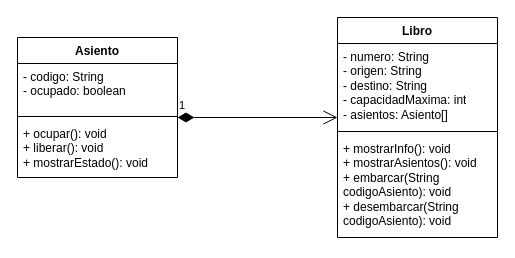
The draw.io diagram page "Página-1" (1 of 2) of src/main/java/edu/universidad/programacionintermedia/poo/composicion/composicion.drawio in jader-ruiz/Universidad, before the edit. Source tidied: cells renumbered, new cells numbered last; positions are measured from the earlier drawing's top-left corner, leaving out a move shared by most shapes. Both pictures are drawn from the tidied source at 100%, with x=0, y=0 at pixel (17, 17).
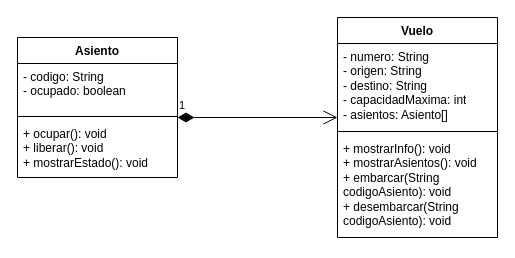
The same page after the edit.

Diff of the diagram source:
```diff
@@
 <mxGraphModel>
   <root>
     <mxCell id="0" />
     <mxCell id="1" parent="0" />
     <mxCell id="2" value="Asiento" style="swimlane;fontStyle=1;align=center;verticalAlign=top;horizontal=1;startSize=26;whiteSpace=wrap;html=1;" parent="1" vertex="1">
       <mxGeometry y="20" width="160" height="140" as="geometry" />
     </mxCell>
     <mxCell id="3" value="- codigo: String&lt;div&gt;- ocupado: boolean&lt;/div&gt;&lt;div&gt;&lt;br&gt;&lt;/div&gt;" style="text;strokeColor=none;fillColor=none;align=left;verticalAlign=top;spacingLeft=4;spacingRight=4;overflow=hidden;whiteSpace=wrap;html=1;" parent="2" vertex="1">
       <mxGeometry y="26" width="160" height="49" as="geometry" />
     </mxCell>
     <mxCell id="4" style="line;strokeWidth=1;fillColor=none;align=left;verticalAlign=middle;spacingTop=-1;spacingLeft=3;spacingRight=3;labelPosition=right;strokeColor=inherit;labelPerimeter=1;" parent="2" vertex="1">
       <mxGeometry y="75" width="160" height="8" as="geometry" />
     </mxCell>
     <mxCell id="5" value="+ ocupar(): void&lt;div&gt;+ liberar(): void&lt;/div&gt;&lt;div&gt;+ mostrarEstado(): void&lt;/div&gt;" style="text;strokeColor=none;fillColor=none;align=left;verticalAlign=top;spacingLeft=4;spacingRight=4;overflow=hidden;whiteSpace=wrap;html=1;" parent="2" vertex="1">
       <mxGeometry y="83" width="160" height="57" as="geometry" />
     </mxCell>
-    <mxCell id="6" value="Libro" style="swimlane;fontStyle=1;align=center;verticalAlign=top;horizontal=1;startSize=26;whiteSpace=wrap;html=1;" parent="1" vertex="1">
+    <mxCell id="6" value="Vuelo" style="swimlane;fontStyle=1;align=center;verticalAlign=top;horizontal=1;startSize=26;whiteSpace=wrap;html=1;" parent="1" vertex="1">
       <mxGeometry x="320" width="160" height="220" as="geometry" />
     </mxCell>
     <mxCell id="7" value="- numero: String&lt;div&gt;- origen: String&lt;/div&gt;&lt;div&gt;- destino: String&lt;/div&gt;&lt;div&gt;- capacidadMaxima: int&lt;/div&gt;&lt;div&gt;- asientos: Asiento[]&lt;/div&gt;" style="text;strokeColor=none;fillColor=none;align=left;verticalAlign=top;spacingLeft=4;spacingRight=4;overflow=hidden;whiteSpace=wrap;html=1;" parent="6" vertex="1">
       <mxGeometry y="26" width="160" height="84" as="geometry" />
     </mxCell>
     <mxCell id="8" style="line;strokeWidth=1;fillColor=none;align=left;verticalAlign=middle;spacingTop=-1;spacingLeft=3;spacingRight=3;labelPosition=right;strokeColor=inherit;labelPerimeter=1;" parent="6" vertex="1">
       <mxGeometry y="110" width="160" height="8" as="geometry" />
     </mxCell>
     <mxCell id="9" value="&lt;div&gt;+ mostrarInfo(): void&lt;/div&gt;+ mostrarAsientos(): void&lt;br&gt;&lt;div&gt;+ embarcar(String codigoAsiento): void&lt;/div&gt;&lt;div&gt;+ desembarcar(String codigoAsiento): void&lt;/div&gt;" style="text;strokeColor=none;fillColor=none;align=left;verticalAlign=top;spacingLeft=4;spacingRight=4;overflow=hidden;whiteSpace=wrap;html=1;" parent="6" vertex="1">
       <mxGeometry y="118" width="160" height="102" as="geometry" />
     </mxCell>
     <mxCell id="10" value="1" style="endArrow=open;html=1;endSize=12;startArrow=diamondThin;startSize=14;startFill=1;edgeStyle=orthogonalEdgeStyle;align=left;verticalAlign=bottom;rounded=0;defaultLabelBackgroundColor=page;" parent="1" edge="1">
       <mxGeometry x="-1" y="3" relative="1" as="geometry">
         <mxPoint x="160" y="100" as="sourcePoint" />
         <mxPoint x="320" y="100" as="targetPoint" />
       </mxGeometry>
     </mxCell>
   </root>
 </mxGraphModel>
```
